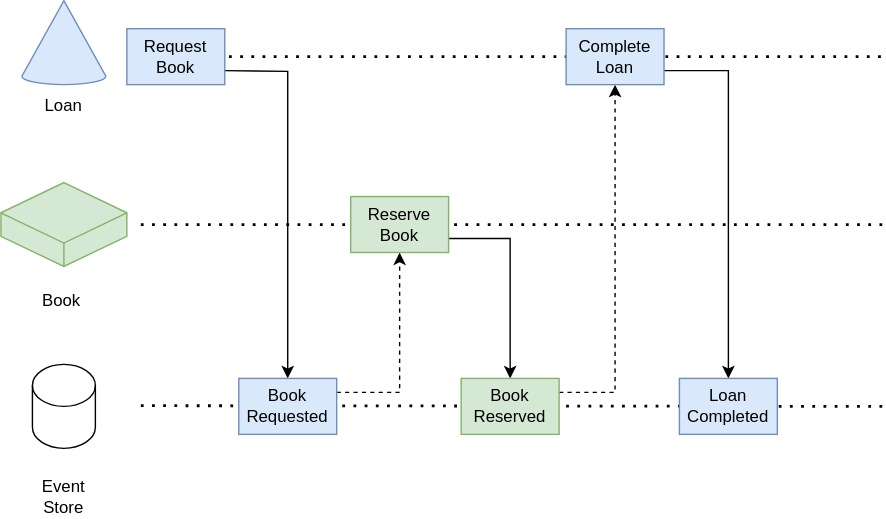
Above: implementing-sagas/diagrams/happy-path-book.svg in open-cqrs/opencqrs-samples (draw.io), before the change. Source tidied: cells renumbered, new cells last; positions are measured from the earlier drawing's top-left corner, leaving out a move shared by most shapes. Source of this version:
```xml
<mxGraphModel>
  <root>
    <mxCell id="0" />
    <mxCell id="1" parent="0" />
    <mxCell id="2" style="endArrow=none;dashed=1;html=1;dashPattern=1 3;strokeWidth=2;rounded=0;" parent="1" edge="1">
      <mxGeometry relative="1" as="geometry">
        <mxPoint x="99" y="40" as="sourcePoint" />
        <mxPoint x="630" y="40" as="targetPoint" />
      </mxGeometry>
    </mxCell>
    <mxCell id="3" style="endArrow=none;dashed=1;html=1;dashPattern=1 3;strokeWidth=2;rounded=0;" parent="1" edge="1">
      <mxGeometry relative="1" as="geometry">
        <mxPoint x="100" y="160" as="sourcePoint" />
        <mxPoint x="630" y="160" as="targetPoint" />
      </mxGeometry>
    </mxCell>
    <mxCell id="4" style="shape=cylinder3;whiteSpace=wrap;html=1;boundedLbl=1;backgroundOutline=1;size=15;" parent="1" vertex="1">
      <mxGeometry x="22.5" y="260" width="45" height="60" as="geometry" />
    </mxCell>
    <mxCell id="5" style="endArrow=none;dashed=1;html=1;dashPattern=1 3;strokeWidth=2;rounded=0;" parent="1" edge="1">
      <mxGeometry relative="1" as="geometry">
        <mxPoint x="100" y="289.5" as="sourcePoint" />
        <mxPoint x="630" y="290" as="targetPoint" />
      </mxGeometry>
    </mxCell>
    <mxCell id="6" value="Event&lt;br&gt;Store" style="text;html=1;align=center;verticalAlign=middle;whiteSpace=wrap;rounded=0;" parent="1" vertex="1">
      <mxGeometry x="15" y="340" width="60" height="30" as="geometry" />
    </mxCell>
    <mxCell id="7" style="verticalLabelPosition=bottom;verticalAlign=top;html=1;shape=mxgraph.basic.cone2;dx=0.5;dy=0.9;fillColor=#dae8fc;strokeColor=#6c8ebf;" parent="1" vertex="1">
      <mxGeometry x="15" width="60" height="60" as="geometry" />
    </mxCell>
    <mxCell id="8" value="Loan" style="text;html=1;align=center;verticalAlign=middle;whiteSpace=wrap;rounded=0;" parent="1" vertex="1">
      <mxGeometry x="15" y="60" width="60" height="30" as="geometry" />
    </mxCell>
    <mxCell id="9" style="edgeStyle=orthogonalEdgeStyle;rounded=0;jettySize=auto;html=1;exitX=1;exitY=0.75;exitDx=0;exitDy=0;entryX=0.5;entryY=0;entryDx=0;entryDy=0;" parent="1" edge="1" target="11">
      <mxGeometry relative="1" as="geometry">
        <mxPoint x="160" y="50" as="sourcePoint" />
      </mxGeometry>
    </mxCell>
    <mxCell id="10" style="edgeStyle=orthogonalEdgeStyle;rounded=0;jettySize=auto;html=1;exitX=1;exitY=0.25;exitDx=0;exitDy=0;entryX=0.5;entryY=1;entryDx=0;entryDy=0;dashed=1;" parent="1" edge="1" source="11" target="13">
      <mxGeometry relative="1" as="geometry" />
    </mxCell>
    <mxCell id="11" value="Book&lt;br&gt;Requested" style="rounded=0;whiteSpace=wrap;html=1;fillColor=#dae8fc;strokeColor=#6c8ebf;" parent="1" vertex="1">
      <mxGeometry x="170" y="270" width="70" height="40" as="geometry" />
    </mxCell>
    <mxCell id="12" style="edgeStyle=orthogonalEdgeStyle;rounded=0;jettySize=auto;html=1;exitX=1;exitY=0.75;exitDx=0;exitDy=0;entryX=0.5;entryY=0;entryDx=0;entryDy=0;" parent="1" edge="1" source="13" target="15">
      <mxGeometry relative="1" as="geometry" />
    </mxCell>
    <mxCell id="13" value="Reserve&lt;br&gt;Book" style="rounded=0;whiteSpace=wrap;html=1;fillColor=#d5e8d4;strokeColor=#82b366;" parent="1" vertex="1">
      <mxGeometry x="250" y="140" width="70" height="40" as="geometry" />
    </mxCell>
    <mxCell id="14" style="edgeStyle=orthogonalEdgeStyle;rounded=0;jettySize=auto;html=1;exitX=1;exitY=0.25;exitDx=0;exitDy=0;entryX=0.5;entryY=1;entryDx=0;entryDy=0;dashed=1;" parent="1" edge="1" source="15" target="20">
      <mxGeometry relative="1" as="geometry" />
    </mxCell>
    <mxCell id="15" value="Book&lt;br&gt;Reserved" style="rounded=0;whiteSpace=wrap;html=1;fillColor=#d5e8d4;strokeColor=#82b366;" parent="1" vertex="1">
      <mxGeometry x="329" y="270" width="70" height="40" as="geometry" />
    </mxCell>
    <mxCell id="16" value="Request&lt;br&gt;Book" style="rounded=0;whiteSpace=wrap;html=1;fillColor=#dae8fc;strokeColor=#6c8ebf;" parent="1" vertex="1">
      <mxGeometry x="90" y="20" width="70" height="40" as="geometry" />
    </mxCell>
    <mxCell id="17" style="html=1;whiteSpace=wrap;shape=isoCube2;backgroundOutline=1;isoAngle=15;fillColor=#d5e8d4;strokeColor=#82b366;" parent="1" vertex="1">
      <mxGeometry y="130" width="90" height="60" as="geometry" />
    </mxCell>
    <mxCell id="18" value="Book" style="text;html=1;align=center;verticalAlign=middle;strokeColor=none;fillColor=none;" parent="1" vertex="1">
      <mxGeometry x="17.5" y="200" width="50" height="30" as="geometry" />
    </mxCell>
    <mxCell id="19" style="edgeStyle=orthogonalEdgeStyle;rounded=0;jettySize=auto;html=1;exitX=1;exitY=0.75;exitDx=0;exitDy=0;" parent="1" edge="1" source="20" target="21">
      <mxGeometry relative="1" as="geometry" />
    </mxCell>
    <mxCell id="20" value="Complete&lt;br&gt;Loan" style="rounded=0;whiteSpace=wrap;html=1;fillColor=#dae8fc;strokeColor=#6c8ebf;" parent="1" vertex="1">
      <mxGeometry x="404" y="20" width="70" height="40" as="geometry" />
    </mxCell>
    <mxCell id="21" value="Loan&lt;br&gt;Completed" style="rounded=0;whiteSpace=wrap;html=1;fillColor=#dae8fc;strokeColor=#6c8ebf;" parent="1" vertex="1">
      <mxGeometry x="485" y="270" width="70" height="40" as="geometry" />
    </mxCell>
    <mxCell id="22" value="Commands &amp; Events" parent="0" />
  </root>
</mxGraphModel>
```
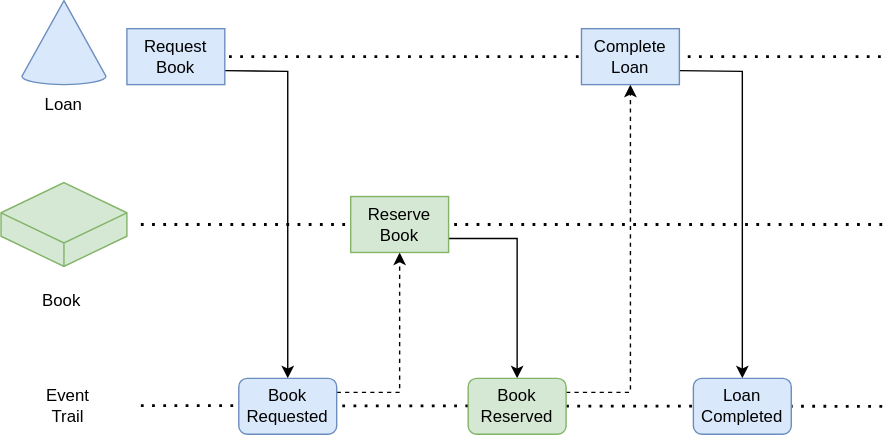
The same file after the commit.

Diff of the diagram source:
```diff
@@ -5,27 +5,21 @@
     <mxCell id="2" style="endArrow=none;dashed=1;html=1;dashPattern=1 3;strokeWidth=2;rounded=0;" parent="1" edge="1">
       <mxGeometry relative="1" as="geometry">
         <mxPoint x="99" y="40" as="sourcePoint" />
-        <mxPoint x="630" y="40" as="targetPoint" />
+        <mxPoint x="635" y="40" as="targetPoint" />
       </mxGeometry>
     </mxCell>
     <mxCell id="3" style="endArrow=none;dashed=1;html=1;dashPattern=1 3;strokeWidth=2;rounded=0;" parent="1" edge="1">
       <mxGeometry relative="1" as="geometry">
         <mxPoint x="100" y="160" as="sourcePoint" />
-        <mxPoint x="630" y="160" as="targetPoint" />
+        <mxPoint x="635" y="160" as="targetPoint" />
       </mxGeometry>
     </mxCell>
-    <mxCell id="4" style="shape=cylinder3;whiteSpace=wrap;html=1;boundedLbl=1;backgroundOutline=1;size=15;" parent="1" vertex="1">
-      <mxGeometry x="22.5" y="260" width="45" height="60" as="geometry" />
-    </mxCell>
     <mxCell id="5" style="endArrow=none;dashed=1;html=1;dashPattern=1 3;strokeWidth=2;rounded=0;" parent="1" edge="1">
       <mxGeometry relative="1" as="geometry">
         <mxPoint x="100" y="289.5" as="sourcePoint" />
-        <mxPoint x="630" y="290" as="targetPoint" />
+        <mxPoint x="635" y="290" as="targetPoint" />
       </mxGeometry>
     </mxCell>
-    <mxCell id="6" value="Event&lt;br&gt;Store" style="text;html=1;align=center;verticalAlign=middle;whiteSpace=wrap;rounded=0;" parent="1" vertex="1">
-      <mxGeometry x="15" y="340" width="60" height="30" as="geometry" />
-    </mxCell>
     <mxCell id="7" style="verticalLabelPosition=bottom;verticalAlign=top;html=1;shape=mxgraph.basic.cone2;dx=0.5;dy=0.9;fillColor=#dae8fc;strokeColor=#6c8ebf;" parent="1" vertex="1">
       <mxGeometry x="15" width="60" height="60" as="geometry" />
     </mxCell>
@@ -40,21 +34,15 @@
     <mxCell id="10" style="edgeStyle=orthogonalEdgeStyle;rounded=0;jettySize=auto;html=1;exitX=1;exitY=0.25;exitDx=0;exitDy=0;entryX=0.5;entryY=1;entryDx=0;entryDy=0;dashed=1;" parent="1" edge="1" source="11" target="13">
       <mxGeometry relative="1" as="geometry" />
     </mxCell>
-    <mxCell id="11" value="Book&lt;br&gt;Requested" style="rounded=0;whiteSpace=wrap;html=1;fillColor=#dae8fc;strokeColor=#6c8ebf;" parent="1" vertex="1">
+    <mxCell id="11" value="Book&lt;br&gt;Requested" style="rounded=1;whiteSpace=wrap;html=1;fillColor=#dae8fc;strokeColor=#6c8ebf;" parent="1" vertex="1">
       <mxGeometry x="170" y="270" width="70" height="40" as="geometry" />
     </mxCell>
-    <mxCell id="12" style="edgeStyle=orthogonalEdgeStyle;rounded=0;jettySize=auto;html=1;exitX=1;exitY=0.75;exitDx=0;exitDy=0;entryX=0.5;entryY=0;entryDx=0;entryDy=0;" parent="1" edge="1" source="13" target="15">
+    <mxCell id="12" style="edgeStyle=orthogonalEdgeStyle;rounded=0;jettySize=auto;html=1;exitX=1;exitY=0.75;exitDx=0;exitDy=0;" parent="1" edge="1" source="13" target="15">
       <mxGeometry relative="1" as="geometry" />
     </mxCell>
     <mxCell id="13" value="Reserve&lt;br&gt;Book" style="rounded=0;whiteSpace=wrap;html=1;fillColor=#d5e8d4;strokeColor=#82b366;" parent="1" vertex="1">
       <mxGeometry x="250" y="140" width="70" height="40" as="geometry" />
     </mxCell>
-    <mxCell id="14" style="edgeStyle=orthogonalEdgeStyle;rounded=0;jettySize=auto;html=1;exitX=1;exitY=0.25;exitDx=0;exitDy=0;entryX=0.5;entryY=1;entryDx=0;entryDy=0;dashed=1;" parent="1" edge="1" source="15" target="20">
-      <mxGeometry relative="1" as="geometry" />
-    </mxCell>
-    <mxCell id="15" value="Book&lt;br&gt;Reserved" style="rounded=0;whiteSpace=wrap;html=1;fillColor=#d5e8d4;strokeColor=#82b366;" parent="1" vertex="1">
-      <mxGeometry x="329" y="270" width="70" height="40" as="geometry" />
-    </mxCell>
     <mxCell id="16" value="Request&lt;br&gt;Book" style="rounded=0;whiteSpace=wrap;html=1;fillColor=#dae8fc;strokeColor=#6c8ebf;" parent="1" vertex="1">
       <mxGeometry x="90" y="20" width="70" height="40" as="geometry" />
     </mxCell>
@@ -64,15 +52,26 @@
     <mxCell id="18" value="Book" style="text;html=1;align=center;verticalAlign=middle;strokeColor=none;fillColor=none;" parent="1" vertex="1">
       <mxGeometry x="17.5" y="200" width="50" height="30" as="geometry" />
     </mxCell>
-    <mxCell id="19" style="edgeStyle=orthogonalEdgeStyle;rounded=0;jettySize=auto;html=1;exitX=1;exitY=0.75;exitDx=0;exitDy=0;" parent="1" edge="1" source="20" target="21">
-      <mxGeometry relative="1" as="geometry" />
-    </mxCell>
+    <mxCell id="23" value="Event&lt;br&gt;Trail" style="text;html=1;align=center;verticalAlign=middle;whiteSpace=wrap;rounded=0;" parent="1" vertex="1">
+      <mxGeometry x="17.5" y="275" width="60" height="30" as="geometry" />
+    </mxCell>
+    <mxCell id="14" style="edgeStyle=orthogonalEdgeStyle;rounded=0;jettySize=auto;html=1;exitX=1;exitY=0.25;exitDx=0;exitDy=0;entryX=0.5;entryY=1;entryDx=0;entryDy=0;dashed=1;" parent="1" edge="1" source="15" target="20">
+      <mxGeometry relative="1" as="geometry" />
+    </mxCell>
+    <mxCell id="15" value="Book&lt;br&gt;Reserved" style="rounded=1;whiteSpace=wrap;html=1;fillColor=#d5e8d4;strokeColor=#82b366;" parent="1" vertex="1">
+      <mxGeometry x="334" y="270" width="70" height="40" as="geometry" />
+    </mxCell>
+    <mxCell id="24" style="edgeStyle=orthogonalEdgeStyle;rounded=0;jettySize=auto;html=1;exitX=1;exitY=0.75;exitDx=0;exitDy=0;entryX=0.5;entryY=0;entryDx=0;entryDy=0;" parent="1" edge="1" target="21">
+      <mxGeometry relative="1" as="geometry">
+        <mxPoint x="485" y="50" as="sourcePoint" />
+      </mxGeometry>
+    </mxCell>
+    <mxCell id="21" value="Loan&lt;br&gt;Completed" style="rounded=1;whiteSpace=wrap;html=1;fillColor=#dae8fc;strokeColor=#6c8ebf;" parent="1" vertex="1">
+      <mxGeometry x="495" y="270" width="70" height="40" as="geometry" />
+    </mxCell>
     <mxCell id="20" value="Complete&lt;br&gt;Loan" style="rounded=0;whiteSpace=wrap;html=1;fillColor=#dae8fc;strokeColor=#6c8ebf;" parent="1" vertex="1">
-      <mxGeometry x="404" y="20" width="70" height="40" as="geometry" />
+      <mxGeometry x="415" y="20" width="70" height="40" as="geometry" />
     </mxCell>
-    <mxCell id="21" value="Loan&lt;br&gt;Completed" style="rounded=0;whiteSpace=wrap;html=1;fillColor=#dae8fc;strokeColor=#6c8ebf;" parent="1" vertex="1">
-      <mxGeometry x="485" y="270" width="70" height="40" as="geometry" />
-    </mxCell>
     <mxCell id="22" value="Commands &amp; Events" parent="0" />
   </root>
 </mxGraphModel>
```
